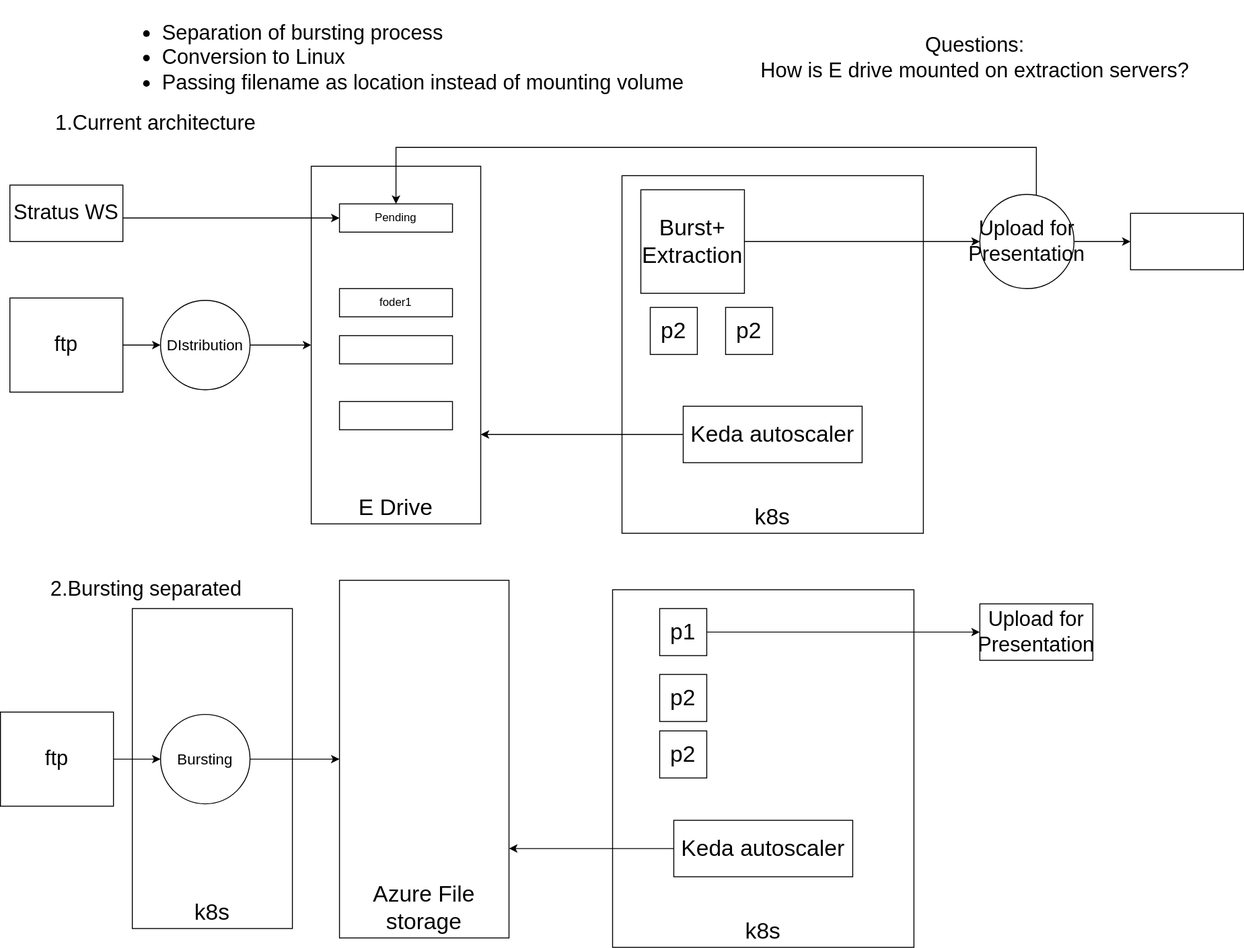
The draw.io diagram pdfextractk8s.svg in vjavle/invoicecloud, before a commit. Source tidied: cells renumbered, new cells last; positions are measured from the earlier drawing's top-left corner, leaving out a move shared by most shapes.
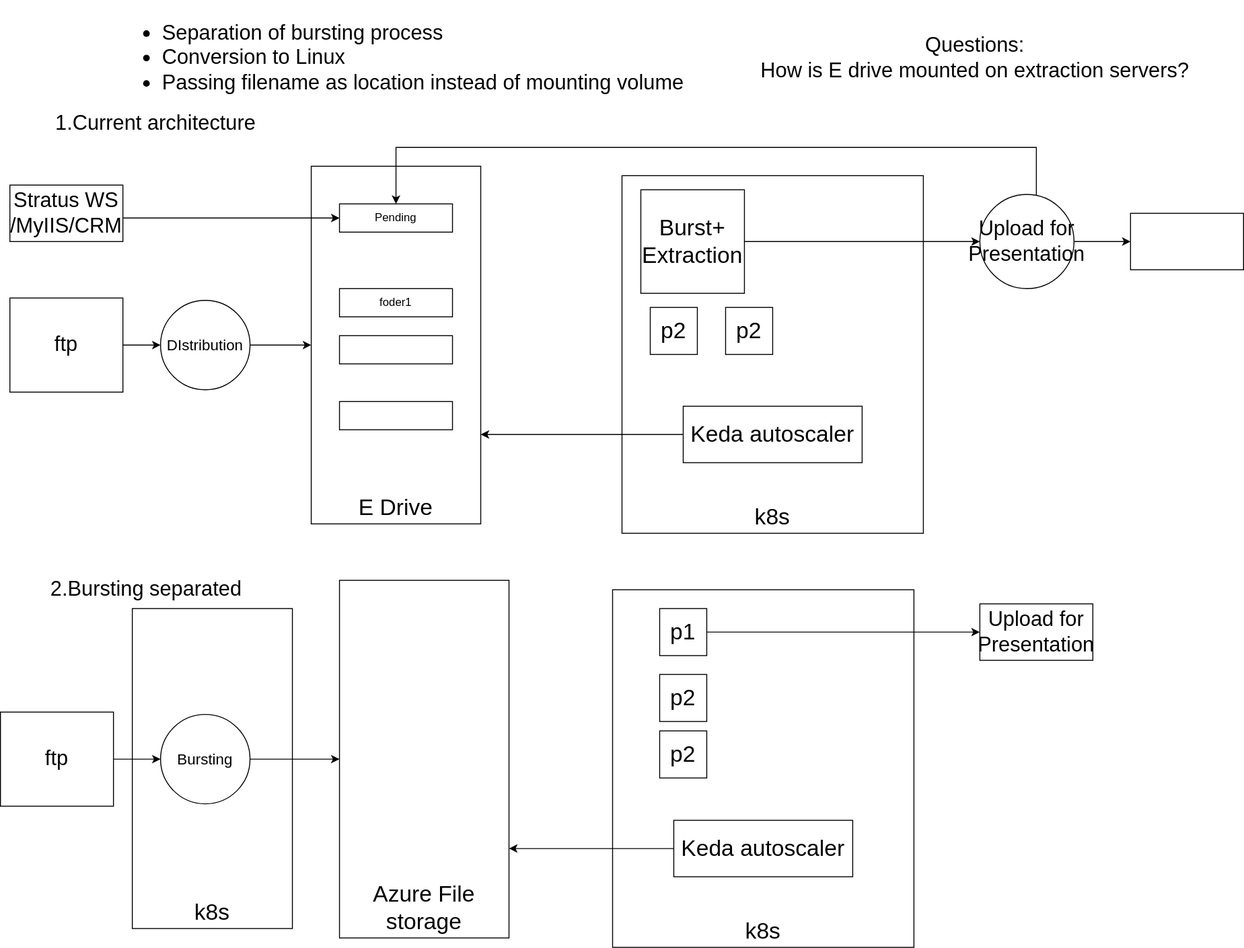
After the commit.

The edit, as a diff of the source:
```diff
@@ -126,7 +126,7 @@
         </Array>
       </mxGeometry>
     </mxCell>
-    <mxCell id="40" value="Stratus WS" style="rounded=0;whiteSpace=wrap;html=1;fontSize=22;" parent="1" vertex="1">
+    <mxCell id="40" value="Stratus WS&lt;br&gt;/MyIIS/CRM" style="rounded=0;whiteSpace=wrap;html=1;fontSize=22;" parent="1" vertex="1">
       <mxGeometry x="10" y="150" width="120" height="60" as="geometry" />
     </mxCell>
     <mxCell id="41" value="Questions:&lt;br&gt;How is E drive mounted on extraction servers?" style="text;html=1;strokeColor=none;fillColor=none;align=center;verticalAlign=middle;whiteSpace=wrap;rounded=0;fontSize=22;" parent="1" vertex="1">
```
